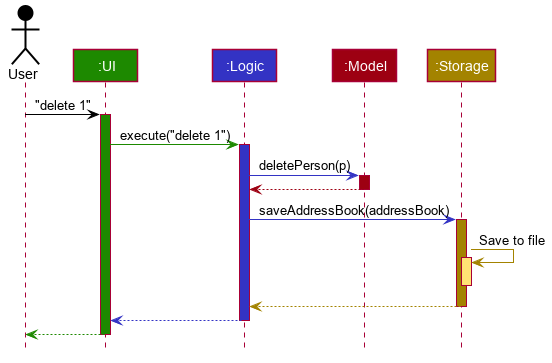
This is docs/images/ArchitectureSequenceDiagram.png from nus-cs2103-AY1920S1/addressbook-level3, a PlantUML export, as it was before one commit.
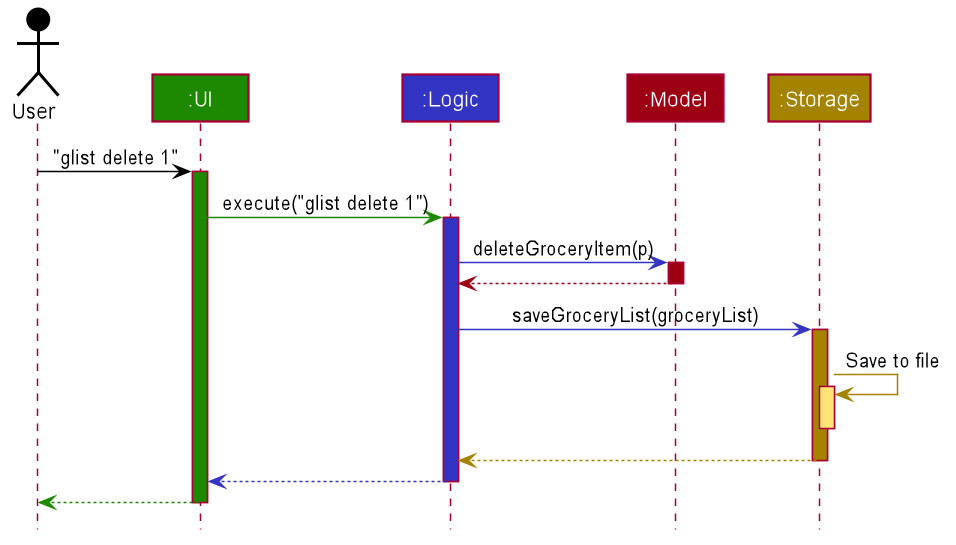
The same diagram one commit later.

Commit message:
Fix links to java file, update ArchitectureSequenceDiagram

What changed in the source:
```diff
@@ -54,19 +54,19 @@
 Participant ":Model" as model #9D0012
 Participant ":Storage" as storage #A38300
 
-user -[#000000]> ui : "delete 1"
+user -[#000000]> ui : "glist delete 1"
 activate ui #1D8900
 
-ui -[#1D8900]> logic : execute("delete 1")
+ui -[#1D8900]> logic : execute("glist delete 1")
 activate logic #3333C4
 
-logic -[#3333C4]> model : deletePerson(p)
+logic -[#3333C4]> model : deleteGroceryItem(p)
 activate model #9D0012
 
 model -[#9D0012]-> logic
 deactivate model
 
-logic -[#3333C4]> storage : saveAddressBook(addressBook)
+logic -[#3333C4]> storage : saveGroceryList(groceryList)
 activate storage #A38300
 
 storage -[#A38300]> storage : Save to file
```
